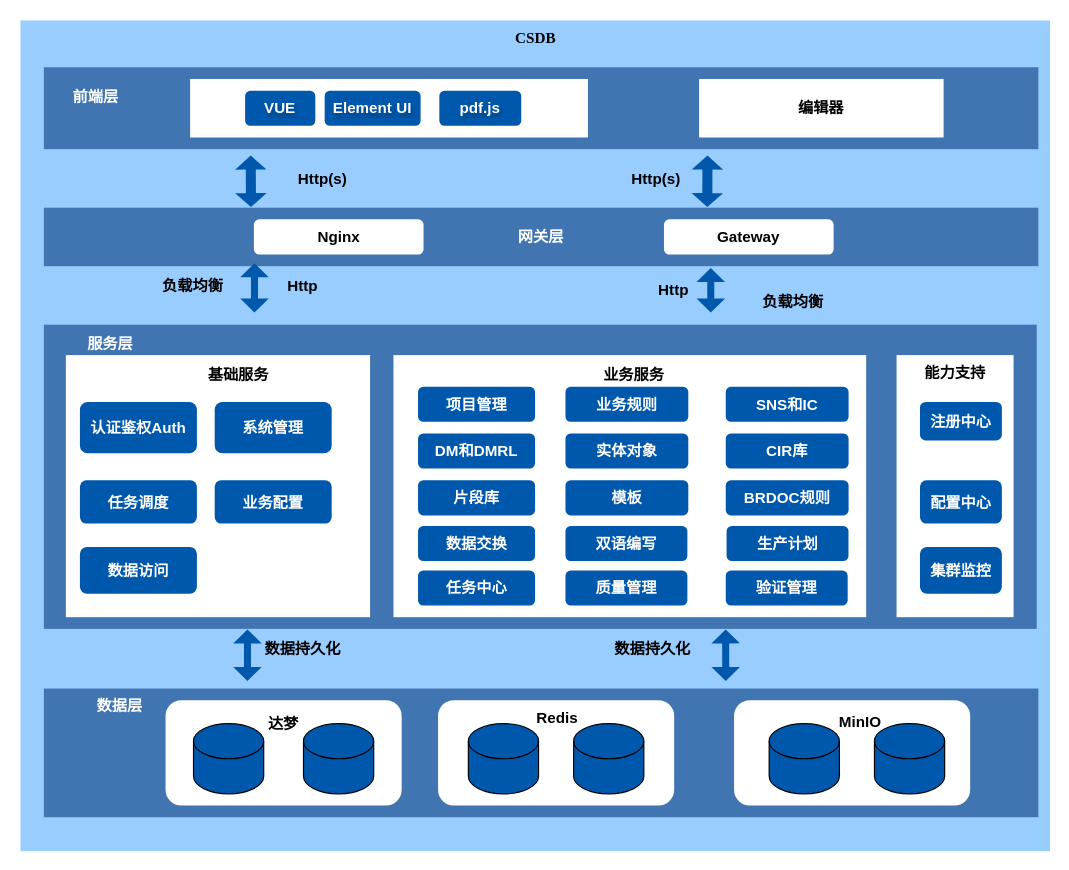
Above: csdb/csdb 技术架构图.drawio in DemonHan/KuickBuy (draw.io), before the change. Source tidied: cells renumbered, new cells numbered last; positions are measured from the earlier drawing's top-left corner, leaving out a move shared by most shapes. Both pictures are drawn from the tidied source at 117%, with x=0, y=0 at pixel (20, 20).
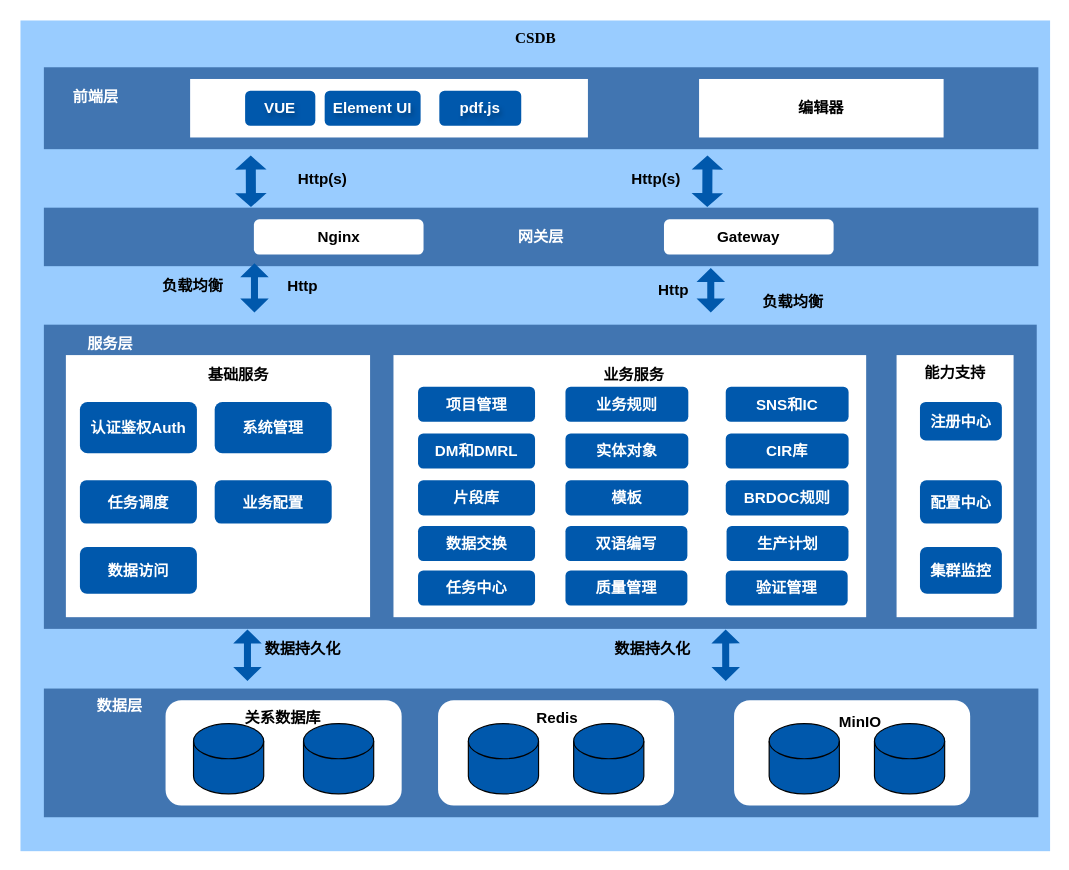
After the change.

Commit message:
更新csdb 技术架构图.drawio

The edit, as a diff of the source:
```diff
@@
-    <mxCell id="53" value="达梦" style="text;html=1;align=center;verticalAlign=middle;whiteSpace=wrap;rounded=0;fontStyle=1;fontSize=13;strokeColor=none;fontColor=#000000;" parent="1" vertex="1">
-      <mxGeometry x="194.9" y="586" width="60" height="30" as="geometry" />
+    <mxCell id="53" value="关系数据库" style="text;html=1;align=center;verticalAlign=middle;whiteSpace=wrap;rounded=0;fontStyle=1;fontSize=13;strokeColor=none;fontColor=#000000;" parent="1" vertex="1">
+      <mxGeometry x="187.2" y="581" width="75.1" height="30" as="geometry" />
     </mxCell>
```
